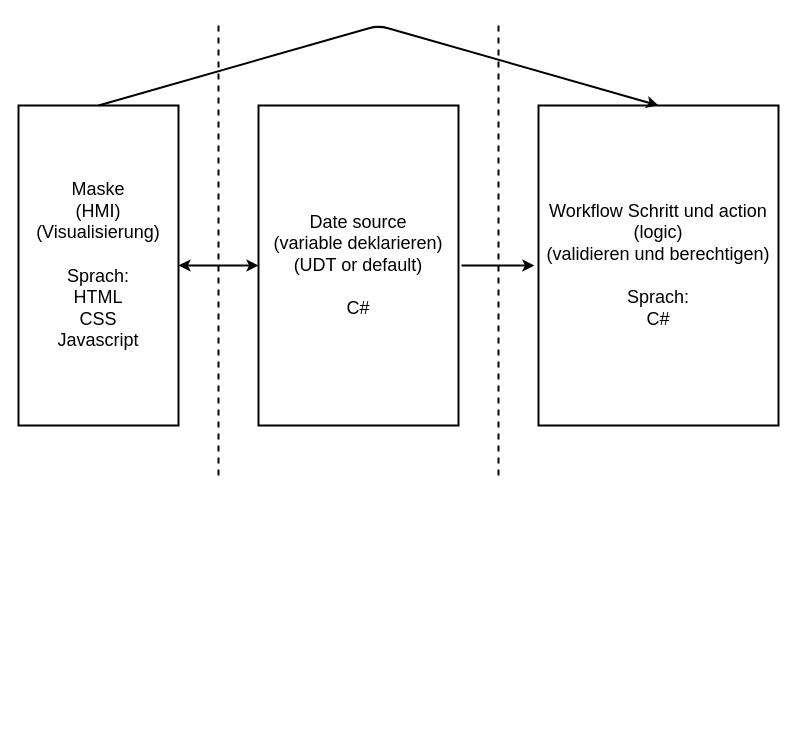
masteryijian/Hallo-World- keeps this draw.io diagram as CMS.drawio. Above is the earlier version. Source tidied: cells renumbered, new cells numbered last; positions are measured from the earlier drawing's top-left corner, leaving out a move shared by most shapes. Both pictures are drawn from the tidied source at 100%, with x=0, y=0 at pixel (18, 25).
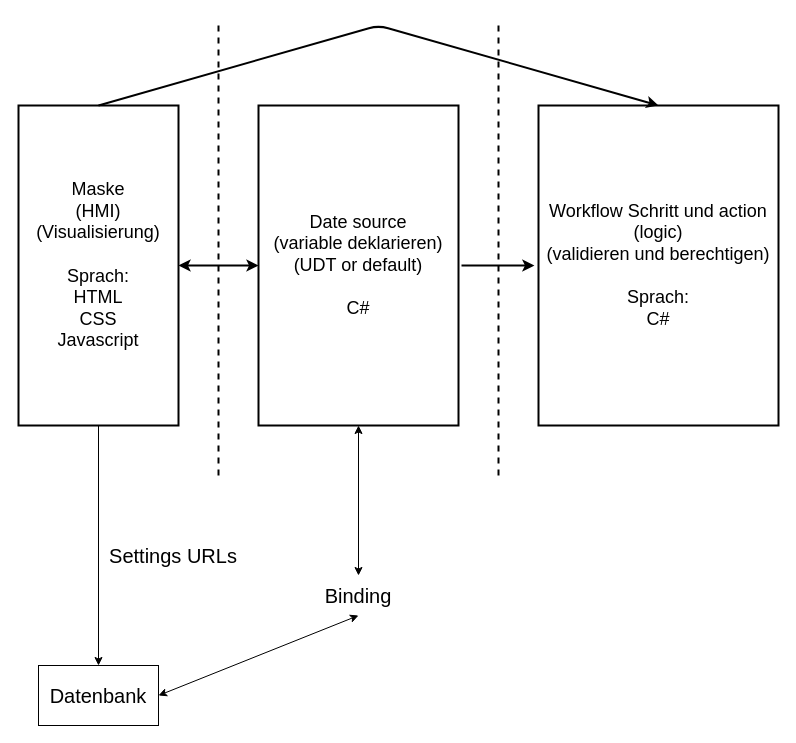
The same page after the edit.

Unchanged cells that the change refers to:
```xml
<mxCell id="2" value="Maske&lt;br style=&quot;font-size: 18px&quot;&gt;(HMI)&lt;br style=&quot;font-size: 18px&quot;&gt;(Visualisierung)&lt;br style=&quot;font-size: 18px&quot;&gt;&lt;br style=&quot;font-size: 18px&quot;&gt;Sprach:&lt;br style=&quot;font-size: 18px&quot;&gt;HTML&lt;br style=&quot;font-size: 18px&quot;&gt;CSS&lt;br style=&quot;font-size: 18px&quot;&gt;Javascript" style="rounded=0;whiteSpace=wrap;html=1;strokeWidth=2;fontSize=18;" parent="1" vertex="1">
  <mxGeometry y="80" width="160" height="320" as="geometry" />
</mxCell>
<mxCell id="3" value="Date source&lt;br style=&quot;font-size: 18px;&quot;&gt;(variable deklarieren)&lt;br style=&quot;font-size: 18px;&quot;&gt;(UDT or default)&lt;br style=&quot;font-size: 18px;&quot;&gt;&lt;br style=&quot;font-size: 18px;&quot;&gt;C#" style="rounded=0;whiteSpace=wrap;html=1;strokeWidth=2;fontSize=18;" parent="1" vertex="1">
  <mxGeometry x="240" y="80" width="200" height="320" as="geometry" />
</mxCell>
```

What changed in the source:
```diff
@@
+    <mxCell id="10" style="edgeStyle=orthogonalEdgeStyle;rounded=0;jettySize=auto;html=1;fontSize=20;" parent="1" edge="1" source="2" target="11">
+      <mxGeometry relative="1" as="geometry" />
+    </mxCell>
@@
+    <mxCell id="11" value="Datenbank" style="rounded=0;whiteSpace=wrap;html=1;fontSize=20;" parent="1" vertex="1">
+      <mxGeometry x="20" y="640" width="120" height="60" as="geometry" />
+    </mxCell>
+    <mxCell id="12" value="Settings URLs" style="text;html=1;strokeColor=none;fillColor=none;align=center;verticalAlign=middle;whiteSpace=wrap;rounded=0;fontSize=20;" parent="1" vertex="1">
+      <mxGeometry x="60" y="520" width="190" height="20" as="geometry" />
+    </mxCell>
+    <mxCell id="13" style="endArrow=classic;startArrow=classic;html=1;fontSize=20;entryX=0.5;entryY=1;entryDx=0;entryDy=0;exitX=0.5;exitY=0;exitDx=0;exitDy=0;" parent="1" edge="1" source="14" target="3">
+      <mxGeometry relative="1" as="geometry" />
+    </mxCell>
+    <mxCell id="14" value="Binding" style="text;html=1;strokeColor=none;fillColor=none;align=center;verticalAlign=middle;whiteSpace=wrap;rounded=0;fontSize=20;" parent="1" vertex="1">
+      <mxGeometry x="310" y="550" width="60" height="40" as="geometry" />
+    </mxCell>
+    <mxCell id="15" style="endArrow=classic;startArrow=classic;html=1;fontSize=20;entryX=0.5;entryY=1;entryDx=0;entryDy=0;exitX=1;exitY=0.5;exitDx=0;exitDy=0;" parent="1" edge="1" source="11" target="14">
+      <mxGeometry relative="1" as="geometry" />
+    </mxCell>
```
